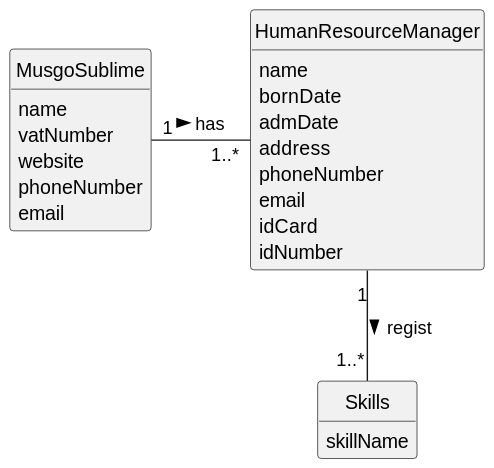
The PlantUML diagram docs/sprintA/us001/02.analysis/svg/us001-domain-model.svg in 1231360-ISEP/lei-24-s2-1db-g021, before a commit.
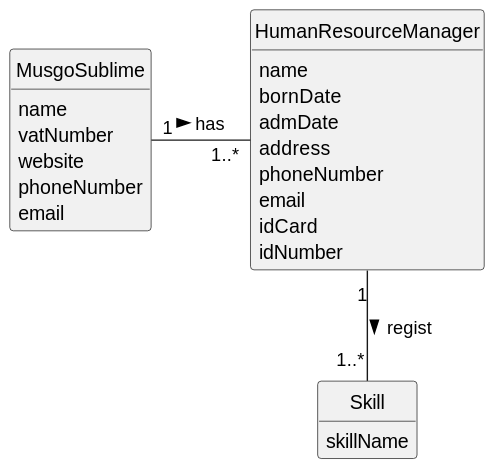
After the change.

Commit message:
Update US01 and US05 Domain Model and SVG´s.

The edit, as a diff of the source:
```diff
@@ -27,11 +27,11 @@
     idNumber
 }
 
-class Skills {
+class Skill {
     skillName
 }
 
 
 MusgoSublime "1" - "1..*" HumanResourceManager: has >
-HumanResourceManager "1" -- "1..*" Skills : regist >
+HumanResourceManager "1" -- "1..*" Skill : regist >
 @enduml
```
